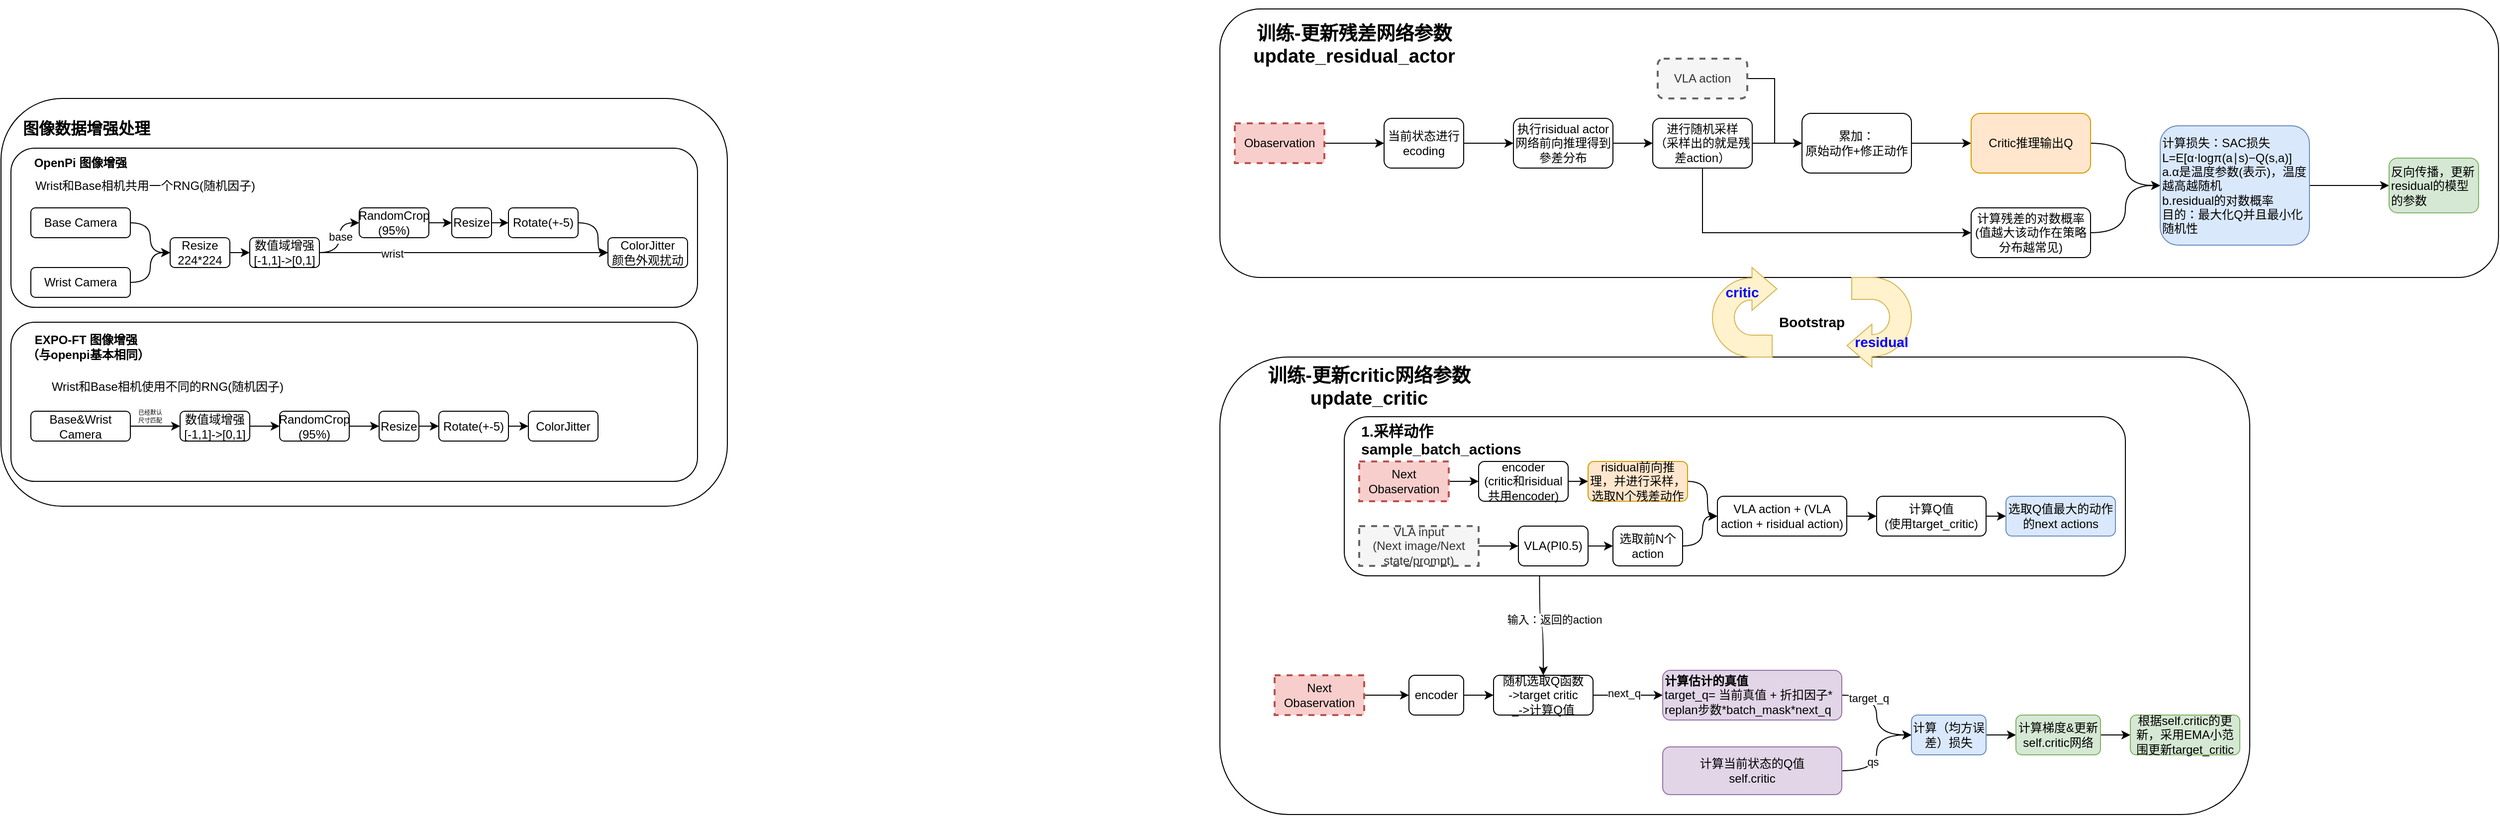
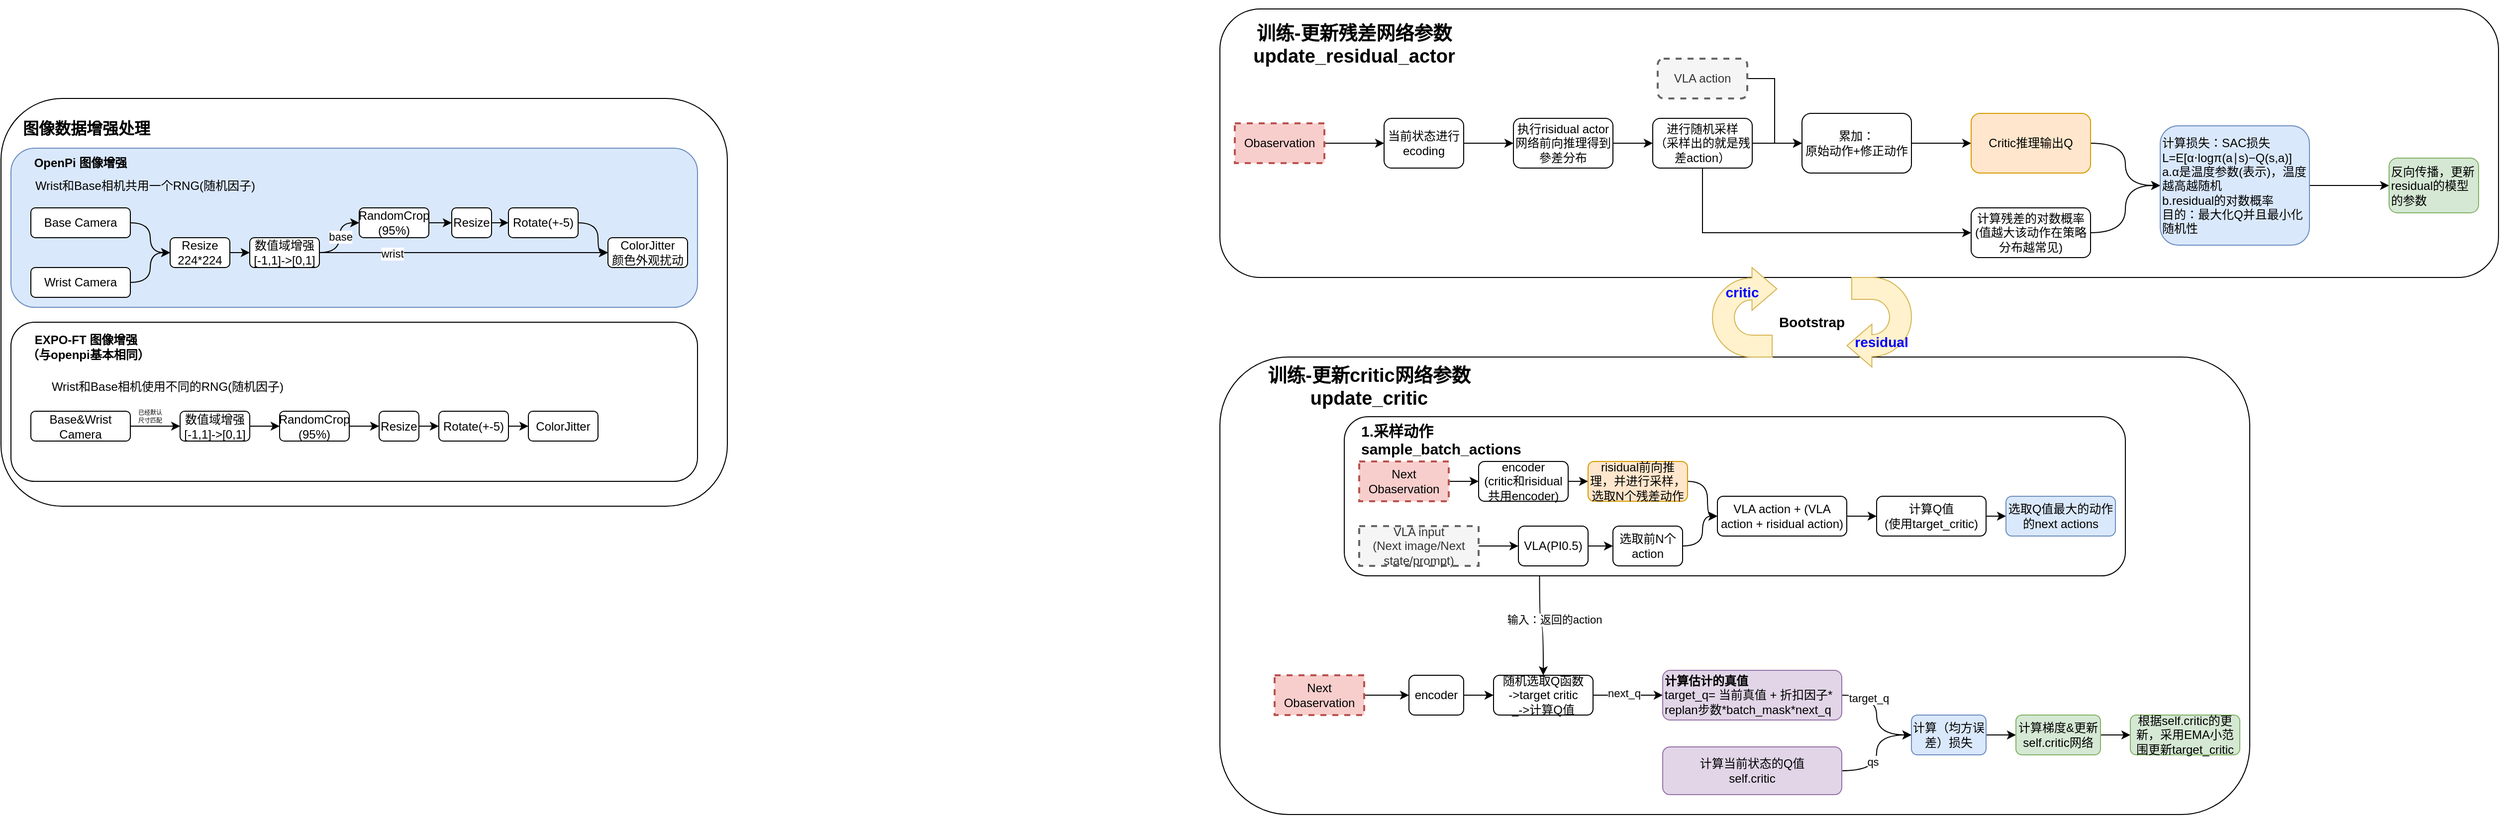
<mxfile host="app.diagrams.net">
  <diagram name="第 1 页" id="Xl2nalXjscSPXPMrPieM">
-     <mxGraphModel dx="2474" dy="2330" grid="1" gridSize="10" guides="1" tooltips="1" connect="1" arrows="1" fold="1" page="1" pageScale="1" pageWidth="827" pageHeight="1169" math="0" shadow="0">
+     <mxGraphModel dx="2258" dy="1717" grid="1" gridSize="10" guides="1" tooltips="1" connect="1" arrows="1" fold="1" page="1" pageScale="1" pageWidth="827" pageHeight="1169" math="0" shadow="0">
      <root>
        <mxCell id="0" />
        <mxCell id="1" parent="0" />
        <mxCell id="5m5IZYSdE89hOnIhnB_D-129" parent="1" style="rounded=1;whiteSpace=wrap;html=1;" value="" vertex="1">
          <mxGeometry height="410" width="730" x="-1280" y="280" as="geometry" />
        </mxCell>
-         <mxCell id="5m5IZYSdE89hOnIhnB_D-126" parent="1" style="rounded=1;whiteSpace=wrap;html=1;fillColor=none;" value="" vertex="1">
+         <mxCell id="5m5IZYSdE89hOnIhnB_D-126" parent="1" style="rounded=1;whiteSpace=wrap;html=1;fillColor=#dae8fc;strokeColor=#6c8ebf;" value="" vertex="1">
          <mxGeometry height="160" width="690" x="-1270" y="330" as="geometry" />
        </mxCell>
        <mxCell id="5m5IZYSdE89hOnIhnB_D-75" parent="1" style="rounded=1;whiteSpace=wrap;html=1;" value="" vertex="1">
          <mxGeometry height="460" width="1035" x="-55" y="540" as="geometry" />
        </mxCell>
        <mxCell id="5m5IZYSdE89hOnIhnB_D-59" edge="1" parent="1" source="5m5IZYSdE89hOnIhnB_D-50" style="edgeStyle=orthogonalEdgeStyle;curved=1;rounded=0;orthogonalLoop=1;jettySize=auto;html=1;exitX=0.25;exitY=1;exitDx=0;exitDy=0;entryX=0.5;entryY=0;entryDx=0;entryDy=0;" target="5m5IZYSdE89hOnIhnB_D-56">
          <mxGeometry relative="1" as="geometry" />
        </mxCell>
        <mxCell id="5m5IZYSdE89hOnIhnB_D-60" connectable="0" parent="5m5IZYSdE89hOnIhnB_D-59" style="edgeLabel;html=1;align=center;verticalAlign=middle;resizable=0;points=[];" value="输入：返回的action" vertex="1">
          <mxGeometry relative="1" x="-0.1644" y="4" as="geometry">
            <mxPoint x="10" as="offset" />
          </mxGeometry>
        </mxCell>
        <mxCell id="5m5IZYSdE89hOnIhnB_D-22" parent="1" style="rounded=1;whiteSpace=wrap;html=1;" value="" vertex="1">
          <mxGeometry height="270" width="1285" x="-55" y="190" as="geometry" />
        </mxCell>
        <mxCell id="5m5IZYSdE89hOnIhnB_D-3" edge="1" parent="1" source="5m5IZYSdE89hOnIhnB_D-1" style="edgeStyle=orthogonalEdgeStyle;rounded=0;orthogonalLoop=1;jettySize=auto;html=1;" target="5m5IZYSdE89hOnIhnB_D-2" value="">
          <mxGeometry relative="1" as="geometry" />
        </mxCell>
        <mxCell id="5m5IZYSdE89hOnIhnB_D-1" parent="1" style="rounded=1;whiteSpace=wrap;html=1;" value="当前状态进行ecoding" vertex="1">
          <mxGeometry height="50" width="80" x="110" y="300" as="geometry" />
        </mxCell>
        <mxCell id="5m5IZYSdE89hOnIhnB_D-5" edge="1" parent="1" source="5m5IZYSdE89hOnIhnB_D-2" style="edgeStyle=orthogonalEdgeStyle;rounded=0;orthogonalLoop=1;jettySize=auto;html=1;" target="5m5IZYSdE89hOnIhnB_D-4" value="">
          <mxGeometry relative="1" as="geometry" />
        </mxCell>
        <mxCell id="5m5IZYSdE89hOnIhnB_D-2" parent="1" style="rounded=1;whiteSpace=wrap;html=1;" value="执行risidual actor网络前向推理得到參差分布" vertex="1">
          <mxGeometry height="50" width="100" x="240" y="300" as="geometry" />
        </mxCell>
        <mxCell id="5m5IZYSdE89hOnIhnB_D-7" edge="1" parent="1" source="5m5IZYSdE89hOnIhnB_D-4" style="edgeStyle=orthogonalEdgeStyle;rounded=0;orthogonalLoop=1;jettySize=auto;html=1;exitX=0.5;exitY=1;exitDx=0;exitDy=0;entryX=0;entryY=0.5;entryDx=0;entryDy=0;" target="5m5IZYSdE89hOnIhnB_D-6" value="">
          <mxGeometry relative="1" as="geometry" />
        </mxCell>
        <mxCell id="5m5IZYSdE89hOnIhnB_D-14" edge="1" parent="1" source="5m5IZYSdE89hOnIhnB_D-4" style="edgeStyle=orthogonalEdgeStyle;rounded=0;orthogonalLoop=1;jettySize=auto;html=1;exitX=1;exitY=0.5;exitDx=0;exitDy=0;entryX=0;entryY=0.5;entryDx=0;entryDy=0;" target="5m5IZYSdE89hOnIhnB_D-12">
          <mxGeometry relative="1" as="geometry" />
        </mxCell>
        <mxCell id="5m5IZYSdE89hOnIhnB_D-4" parent="1" style="rounded=1;whiteSpace=wrap;html=1;" value="进行随机采样&lt;br&gt;（采样出的就是残差action）" vertex="1">
          <mxGeometry height="50" width="100" x="380" y="300" as="geometry" />
        </mxCell>
        <mxCell id="5m5IZYSdE89hOnIhnB_D-19" edge="1" parent="1" source="5m5IZYSdE89hOnIhnB_D-6" style="edgeStyle=orthogonalEdgeStyle;rounded=0;orthogonalLoop=1;jettySize=auto;html=1;exitX=1;exitY=0.5;exitDx=0;exitDy=0;entryX=0;entryY=0.5;entryDx=0;entryDy=0;curved=1;" target="5m5IZYSdE89hOnIhnB_D-17">
          <mxGeometry relative="1" as="geometry" />
        </mxCell>
        <mxCell id="5m5IZYSdE89hOnIhnB_D-6" parent="1" style="rounded=1;whiteSpace=wrap;html=1;" value="计算残差的对数概率&lt;br&gt;(值越大该动作在策略分布越常见)" vertex="1">
          <mxGeometry height="50" width="120" x="700" y="390" as="geometry" />
        </mxCell>
        <mxCell id="5m5IZYSdE89hOnIhnB_D-9" edge="1" parent="1" source="5m5IZYSdE89hOnIhnB_D-8" style="edgeStyle=orthogonalEdgeStyle;rounded=0;orthogonalLoop=1;jettySize=auto;html=1;exitX=1;exitY=0.5;exitDx=0;exitDy=0;entryX=0;entryY=0.5;entryDx=0;entryDy=0;" target="5m5IZYSdE89hOnIhnB_D-1">
          <mxGeometry relative="1" as="geometry" />
        </mxCell>
        <mxCell id="5m5IZYSdE89hOnIhnB_D-8" parent="1" style="rounded=0;whiteSpace=wrap;html=1;fillColor=#f8cecc;strokeColor=#b85450;dashed=1;strokeWidth=2;" value="Obaservation" vertex="1">
          <mxGeometry height="40" width="90" x="-40" y="305" as="geometry" />
        </mxCell>
        <mxCell id="5m5IZYSdE89hOnIhnB_D-13" edge="1" parent="1" source="5m5IZYSdE89hOnIhnB_D-10" style="edgeStyle=orthogonalEdgeStyle;rounded=0;orthogonalLoop=1;jettySize=auto;html=1;exitX=1;exitY=0.5;exitDx=0;exitDy=0;entryX=0;entryY=0.5;entryDx=0;entryDy=0;" target="5m5IZYSdE89hOnIhnB_D-12">
          <mxGeometry relative="1" as="geometry" />
        </mxCell>
        <mxCell id="5m5IZYSdE89hOnIhnB_D-10" parent="1" style="rounded=1;whiteSpace=wrap;html=1;fillColor=#f5f5f5;fontColor=#333333;strokeColor=#666666;dashed=1;strokeWidth=2;" value="VLA action" vertex="1">
          <mxGeometry height="40" width="90" x="385" y="240" as="geometry" />
        </mxCell>
        <mxCell id="5m5IZYSdE89hOnIhnB_D-16" edge="1" parent="1" source="5m5IZYSdE89hOnIhnB_D-12" style="edgeStyle=orthogonalEdgeStyle;rounded=0;orthogonalLoop=1;jettySize=auto;html=1;exitX=1;exitY=0.5;exitDx=0;exitDy=0;entryX=0;entryY=0.5;entryDx=0;entryDy=0;" target="5m5IZYSdE89hOnIhnB_D-15">
          <mxGeometry relative="1" as="geometry" />
        </mxCell>
        <mxCell id="5m5IZYSdE89hOnIhnB_D-12" parent="1" style="rounded=1;whiteSpace=wrap;html=1;" value="累加：&lt;br&gt;原始动作+修正动作" vertex="1">
          <mxGeometry height="60" width="110" x="530" y="295" as="geometry" />
        </mxCell>
        <mxCell id="5m5IZYSdE89hOnIhnB_D-18" edge="1" parent="1" source="5m5IZYSdE89hOnIhnB_D-15" style="edgeStyle=orthogonalEdgeStyle;rounded=0;orthogonalLoop=1;jettySize=auto;html=1;exitX=1;exitY=0.5;exitDx=0;exitDy=0;entryX=0;entryY=0.5;entryDx=0;entryDy=0;curved=1;" target="5m5IZYSdE89hOnIhnB_D-17">
          <mxGeometry relative="1" as="geometry" />
        </mxCell>
        <mxCell id="5m5IZYSdE89hOnIhnB_D-15" parent="1" style="rounded=1;whiteSpace=wrap;html=1;fillColor=#ffe6cc;strokeColor=#d79b00;" value="Critic推理输出Q" vertex="1">
          <mxGeometry height="60" width="120" x="700" y="295" as="geometry" />
        </mxCell>
        <mxCell id="5m5IZYSdE89hOnIhnB_D-21" edge="1" parent="1" source="5m5IZYSdE89hOnIhnB_D-17" style="edgeStyle=orthogonalEdgeStyle;curved=1;rounded=0;orthogonalLoop=1;jettySize=auto;html=1;" target="5m5IZYSdE89hOnIhnB_D-20" value="">
          <mxGeometry relative="1" as="geometry" />
        </mxCell>
        <mxCell id="5m5IZYSdE89hOnIhnB_D-17" parent="1" style="rounded=1;whiteSpace=wrap;html=1;align=left;fillColor=#dae8fc;strokeColor=#6c8ebf;" value="计算损失：SAC损失&lt;br&gt;L=E[α⋅logπ(a∣s)−Q(s,a)]&lt;div&gt;a.α是温度参数(表示)，温度越高越随机&lt;br&gt;b.residual的对数概率&lt;br&gt;目的：最大化Q并且最小化随机性&lt;/div&gt;" vertex="1">
          <mxGeometry height="120" width="150" x="890" y="307.5" as="geometry" />
        </mxCell>
        <mxCell id="5m5IZYSdE89hOnIhnB_D-20" parent="1" style="rounded=1;whiteSpace=wrap;html=1;align=left;fillColor=#d5e8d4;strokeColor=#82b366;" value="反向传播，更新residual的模型的参数" vertex="1">
          <mxGeometry height="55" width="90" x="1120" y="340" as="geometry" />
        </mxCell>
        <mxCell id="5m5IZYSdE89hOnIhnB_D-23" parent="1" style="text;html=1;whiteSpace=wrap;strokeColor=none;fillColor=none;align=center;verticalAlign=middle;rounded=0;fontStyle=1;fontSize=19;" value="&lt;br&gt;训练-更新残差网络参数update_residual_actor" vertex="1">
          <mxGeometry height="30" width="220" x="-30" y="200" as="geometry" />
        </mxCell>
        <mxCell id="5m5IZYSdE89hOnIhnB_D-55" edge="1" parent="1" source="5m5IZYSdE89hOnIhnB_D-53" style="edgeStyle=orthogonalEdgeStyle;curved=1;rounded=0;orthogonalLoop=1;jettySize=auto;html=1;exitX=1;exitY=0.5;exitDx=0;exitDy=0;entryX=0;entryY=0.5;entryDx=0;entryDy=0;" target="5m5IZYSdE89hOnIhnB_D-54">
          <mxGeometry relative="1" as="geometry" />
        </mxCell>
        <mxCell id="5m5IZYSdE89hOnIhnB_D-53" parent="1" style="rounded=0;whiteSpace=wrap;html=1;fillColor=#f8cecc;strokeColor=#b85450;dashed=1;strokeWidth=2;" value="Next&lt;br&gt;Obaservation" vertex="1">
          <mxGeometry height="40" width="90" y="860" as="geometry" />
        </mxCell>
        <mxCell id="5m5IZYSdE89hOnIhnB_D-57" edge="1" parent="1" source="5m5IZYSdE89hOnIhnB_D-54" style="edgeStyle=orthogonalEdgeStyle;curved=1;rounded=0;orthogonalLoop=1;jettySize=auto;html=1;" target="5m5IZYSdE89hOnIhnB_D-56" value="">
          <mxGeometry relative="1" as="geometry" />
        </mxCell>
        <mxCell id="5m5IZYSdE89hOnIhnB_D-54" parent="1" style="rounded=1;whiteSpace=wrap;html=1;strokeWidth=1;" value="encoder" vertex="1">
          <mxGeometry height="40" width="55" x="135" y="860" as="geometry" />
        </mxCell>
        <mxCell id="5m5IZYSdE89hOnIhnB_D-64" edge="1" parent="1" source="5m5IZYSdE89hOnIhnB_D-56" style="edgeStyle=orthogonalEdgeStyle;curved=1;rounded=0;orthogonalLoop=1;jettySize=auto;html=1;" target="5m5IZYSdE89hOnIhnB_D-63" value="">
          <mxGeometry relative="1" as="geometry" />
        </mxCell>
        <mxCell id="5m5IZYSdE89hOnIhnB_D-65" connectable="0" parent="5m5IZYSdE89hOnIhnB_D-64" style="edgeLabel;html=1;align=center;verticalAlign=middle;resizable=0;points=[];" value="next_q" vertex="1">
          <mxGeometry relative="1" x="-0.1202" y="2" as="geometry">
            <mxPoint as="offset" />
          </mxGeometry>
        </mxCell>
        <mxCell id="5m5IZYSdE89hOnIhnB_D-56" parent="1" style="rounded=1;whiteSpace=wrap;html=1;strokeWidth=1;" value="随机选取Q函数&lt;br&gt;-&amp;gt;target critic&lt;div&gt;_-&amp;gt;计算Q值&lt;/div&gt;" vertex="1">
          <mxGeometry height="40" width="100" x="220" y="860" as="geometry" />
        </mxCell>
        <mxCell id="5m5IZYSdE89hOnIhnB_D-67" edge="1" parent="1" source="5m5IZYSdE89hOnIhnB_D-63" style="edgeStyle=orthogonalEdgeStyle;curved=1;rounded=0;orthogonalLoop=1;jettySize=auto;html=1;" target="5m5IZYSdE89hOnIhnB_D-66" value="">
          <mxGeometry relative="1" as="geometry" />
        </mxCell>
        <mxCell id="5m5IZYSdE89hOnIhnB_D-70" connectable="0" parent="5m5IZYSdE89hOnIhnB_D-67" style="edgeLabel;html=1;align=center;verticalAlign=middle;resizable=0;points=[];" value="target_q" vertex="1">
          <mxGeometry relative="1" x="-0.5152" y="-3" as="geometry">
            <mxPoint as="offset" />
          </mxGeometry>
        </mxCell>
        <mxCell id="5m5IZYSdE89hOnIhnB_D-63" parent="1" style="rounded=1;whiteSpace=wrap;html=1;strokeWidth=1;align=left;fillColor=#e1d5e7;strokeColor=#9673a6;" value="&lt;b&gt;计算估计的真值&lt;/b&gt;&lt;br&gt;target_q= 当前真值 + 折扣因子* replan步数*batch_mask*next_q" vertex="1">
          <mxGeometry height="50" width="180" x="390" y="855" as="geometry" />
        </mxCell>
        <mxCell id="5m5IZYSdE89hOnIhnB_D-74" edge="1" parent="1" source="5m5IZYSdE89hOnIhnB_D-66" style="edgeStyle=orthogonalEdgeStyle;curved=1;rounded=0;orthogonalLoop=1;jettySize=auto;html=1;" target="5m5IZYSdE89hOnIhnB_D-73" value="">
          <mxGeometry relative="1" as="geometry" />
        </mxCell>
        <mxCell id="5m5IZYSdE89hOnIhnB_D-66" parent="1" style="whiteSpace=wrap;html=1;align=center;rounded=1;strokeWidth=1;fillColor=#dae8fc;strokeColor=#6c8ebf;" value="计算（均方误差）损失" vertex="1">
          <mxGeometry height="40" width="75" x="640" y="900" as="geometry" />
        </mxCell>
        <mxCell id="5m5IZYSdE89hOnIhnB_D-69" edge="1" parent="1" source="5m5IZYSdE89hOnIhnB_D-68" style="edgeStyle=orthogonalEdgeStyle;curved=1;rounded=0;orthogonalLoop=1;jettySize=auto;html=1;exitX=1;exitY=0.5;exitDx=0;exitDy=0;entryX=0;entryY=0.5;entryDx=0;entryDy=0;" target="5m5IZYSdE89hOnIhnB_D-66">
          <mxGeometry relative="1" as="geometry" />
        </mxCell>
        <mxCell id="5m5IZYSdE89hOnIhnB_D-72" connectable="0" parent="5m5IZYSdE89hOnIhnB_D-69" style="edgeLabel;html=1;align=center;verticalAlign=middle;resizable=0;points=[];" value="qs" vertex="1">
          <mxGeometry relative="1" x="-0.1592" y="4" as="geometry">
            <mxPoint as="offset" />
          </mxGeometry>
        </mxCell>
        <mxCell id="5m5IZYSdE89hOnIhnB_D-68" parent="1" style="rounded=1;whiteSpace=wrap;html=1;strokeWidth=1;fillColor=#e1d5e7;strokeColor=#9673a6;" value="计算当前状态的Q值&lt;br&gt;self.critic" vertex="1">
          <mxGeometry height="48" width="180" x="390" y="932" as="geometry" />
        </mxCell>
        <mxCell id="5m5IZYSdE89hOnIhnB_D-78" edge="1" parent="1" source="5m5IZYSdE89hOnIhnB_D-73" style="edgeStyle=orthogonalEdgeStyle;curved=1;rounded=0;orthogonalLoop=1;jettySize=auto;html=1;" target="5m5IZYSdE89hOnIhnB_D-77" value="">
          <mxGeometry relative="1" as="geometry" />
        </mxCell>
        <mxCell id="5m5IZYSdE89hOnIhnB_D-73" parent="1" style="whiteSpace=wrap;html=1;align=center;rounded=1;strokeWidth=1;fillColor=#d5e8d4;strokeColor=#82b366;" value="计算梯度&amp;amp;更新self.critic网络" vertex="1">
          <mxGeometry height="40" width="85" x="745" y="900" as="geometry" />
        </mxCell>
        <mxCell id="5m5IZYSdE89hOnIhnB_D-76" parent="1" style="text;html=1;whiteSpace=wrap;strokeColor=none;fillColor=none;align=center;verticalAlign=middle;rounded=0;fontStyle=1;fontSize=19;" value="训练-更新critic网络参数&lt;br&gt;update_critic" vertex="1">
          <mxGeometry height="40" width="220" x="-15" y="550" as="geometry" />
        </mxCell>
        <mxCell id="5m5IZYSdE89hOnIhnB_D-77" parent="1" style="whiteSpace=wrap;html=1;align=center;rounded=1;strokeWidth=1;fillColor=#d5e8d4;strokeColor=#82b366;" value="根据self.critic的更新，采用EMA小范围更新target_critic" vertex="1">
          <mxGeometry height="40" width="110" x="860" y="900" as="geometry" />
        </mxCell>
        <mxCell id="5m5IZYSdE89hOnIhnB_D-79" connectable="0" parent="1" style="group" value="" vertex="1">
          <mxGeometry height="160" width="785" x="70" y="600" as="geometry" />
        </mxCell>
        <mxCell id="5m5IZYSdE89hOnIhnB_D-50" parent="5m5IZYSdE89hOnIhnB_D-79" style="rounded=1;whiteSpace=wrap;html=1;" value="" vertex="1">
          <mxGeometry height="160" width="785" as="geometry" />
        </mxCell>
        <mxCell id="5m5IZYSdE89hOnIhnB_D-39" edge="1" parent="5m5IZYSdE89hOnIhnB_D-79" source="5m5IZYSdE89hOnIhnB_D-32" style="edgeStyle=orthogonalEdgeStyle;curved=1;rounded=0;orthogonalLoop=1;jettySize=auto;html=1;exitX=1;exitY=0.5;exitDx=0;exitDy=0;entryX=0;entryY=0.5;entryDx=0;entryDy=0;" target="5m5IZYSdE89hOnIhnB_D-38">
          <mxGeometry relative="1" as="geometry" />
        </mxCell>
        <mxCell id="5m5IZYSdE89hOnIhnB_D-32" parent="5m5IZYSdE89hOnIhnB_D-79" style="rounded=0;whiteSpace=wrap;html=1;fillColor=#f8cecc;strokeColor=#b85450;dashed=1;strokeWidth=2;" value="Next&lt;br&gt;Obaservation" vertex="1">
          <mxGeometry height="40" width="90" x="15" y="45" as="geometry" />
        </mxCell>
        <mxCell id="5m5IZYSdE89hOnIhnB_D-35" edge="1" parent="5m5IZYSdE89hOnIhnB_D-79" source="5m5IZYSdE89hOnIhnB_D-33" style="edgeStyle=orthogonalEdgeStyle;curved=1;rounded=0;orthogonalLoop=1;jettySize=auto;html=1;" target="5m5IZYSdE89hOnIhnB_D-34" value="">
          <mxGeometry relative="1" as="geometry" />
        </mxCell>
        <mxCell id="5m5IZYSdE89hOnIhnB_D-33" parent="5m5IZYSdE89hOnIhnB_D-79" style="rounded=0;whiteSpace=wrap;html=1;fillColor=#f5f5f5;fontColor=#333333;strokeColor=#666666;dashed=1;strokeWidth=2;" value="VLA input&lt;br&gt;(Next image/Next state/prompt)" vertex="1">
          <mxGeometry height="40" width="120" x="15" y="110" as="geometry" />
        </mxCell>
        <mxCell id="5m5IZYSdE89hOnIhnB_D-37" edge="1" parent="5m5IZYSdE89hOnIhnB_D-79" source="5m5IZYSdE89hOnIhnB_D-34" style="edgeStyle=orthogonalEdgeStyle;curved=1;rounded=0;orthogonalLoop=1;jettySize=auto;html=1;" target="5m5IZYSdE89hOnIhnB_D-36" value="">
          <mxGeometry relative="1" as="geometry" />
        </mxCell>
        <mxCell id="5m5IZYSdE89hOnIhnB_D-34" parent="5m5IZYSdE89hOnIhnB_D-79" style="rounded=1;whiteSpace=wrap;html=1;strokeWidth=1;" value="VLA(PI0.5)" vertex="1">
          <mxGeometry height="40" width="70" x="175" y="110" as="geometry" />
        </mxCell>
        <mxCell id="5m5IZYSdE89hOnIhnB_D-44" edge="1" parent="5m5IZYSdE89hOnIhnB_D-79" source="5m5IZYSdE89hOnIhnB_D-36" style="edgeStyle=orthogonalEdgeStyle;curved=1;rounded=0;orthogonalLoop=1;jettySize=auto;html=1;exitX=1;exitY=0.5;exitDx=0;exitDy=0;entryX=0;entryY=0.5;entryDx=0;entryDy=0;" target="5m5IZYSdE89hOnIhnB_D-43">
          <mxGeometry relative="1" as="geometry" />
        </mxCell>
        <mxCell id="5m5IZYSdE89hOnIhnB_D-36" parent="5m5IZYSdE89hOnIhnB_D-79" style="rounded=1;whiteSpace=wrap;html=1;strokeWidth=1;" value="选取前N个action" vertex="1">
          <mxGeometry height="40" width="70" x="270" y="110" as="geometry" />
        </mxCell>
        <mxCell id="5m5IZYSdE89hOnIhnB_D-41" edge="1" parent="5m5IZYSdE89hOnIhnB_D-79" source="5m5IZYSdE89hOnIhnB_D-38" style="edgeStyle=orthogonalEdgeStyle;curved=1;rounded=0;orthogonalLoop=1;jettySize=auto;html=1;" target="5m5IZYSdE89hOnIhnB_D-40" value="">
          <mxGeometry relative="1" as="geometry" />
        </mxCell>
        <mxCell id="5m5IZYSdE89hOnIhnB_D-38" parent="5m5IZYSdE89hOnIhnB_D-79" style="rounded=1;whiteSpace=wrap;html=1;strokeWidth=1;" value="encoder&lt;div&gt;(critic和risidual共用encoder)&lt;/div&gt;" vertex="1">
          <mxGeometry height="40" width="90" x="135" y="45" as="geometry" />
        </mxCell>
        <mxCell id="5m5IZYSdE89hOnIhnB_D-45" edge="1" parent="5m5IZYSdE89hOnIhnB_D-79" source="5m5IZYSdE89hOnIhnB_D-40" style="edgeStyle=orthogonalEdgeStyle;curved=1;rounded=0;orthogonalLoop=1;jettySize=auto;html=1;exitX=1;exitY=0.5;exitDx=0;exitDy=0;entryX=0;entryY=0.5;entryDx=0;entryDy=0;" target="5m5IZYSdE89hOnIhnB_D-43">
          <mxGeometry relative="1" as="geometry" />
        </mxCell>
        <mxCell id="5m5IZYSdE89hOnIhnB_D-40" parent="5m5IZYSdE89hOnIhnB_D-79" style="rounded=1;whiteSpace=wrap;html=1;strokeWidth=1;fillColor=#ffe6cc;strokeColor=#d79b00;" value="risidual前向推理，并进行采样，选取N个残差动作" vertex="1">
          <mxGeometry height="40" width="100" x="245" y="45" as="geometry" />
        </mxCell>
        <mxCell id="5m5IZYSdE89hOnIhnB_D-47" edge="1" parent="5m5IZYSdE89hOnIhnB_D-79" source="5m5IZYSdE89hOnIhnB_D-43" style="edgeStyle=orthogonalEdgeStyle;curved=1;rounded=0;orthogonalLoop=1;jettySize=auto;html=1;exitX=1;exitY=0.5;exitDx=0;exitDy=0;entryX=0;entryY=0.5;entryDx=0;entryDy=0;" target="5m5IZYSdE89hOnIhnB_D-46">
          <mxGeometry relative="1" as="geometry" />
        </mxCell>
        <mxCell id="5m5IZYSdE89hOnIhnB_D-43" parent="5m5IZYSdE89hOnIhnB_D-79" style="rounded=1;whiteSpace=wrap;html=1;strokeWidth=1;" value="VLA action + (VLA action + risidual action)" vertex="1">
          <mxGeometry height="40" width="130" x="375" y="80" as="geometry" />
        </mxCell>
        <mxCell id="5m5IZYSdE89hOnIhnB_D-49" edge="1" parent="5m5IZYSdE89hOnIhnB_D-79" source="5m5IZYSdE89hOnIhnB_D-46" style="edgeStyle=orthogonalEdgeStyle;curved=1;rounded=0;orthogonalLoop=1;jettySize=auto;html=1;" target="5m5IZYSdE89hOnIhnB_D-48" value="">
          <mxGeometry relative="1" as="geometry" />
        </mxCell>
        <mxCell id="5m5IZYSdE89hOnIhnB_D-46" parent="5m5IZYSdE89hOnIhnB_D-79" style="rounded=1;whiteSpace=wrap;html=1;strokeWidth=1;" value="计算Q值&lt;br&gt;(使用target_critic)" vertex="1">
          <mxGeometry height="40" width="110" x="535" y="80" as="geometry" />
        </mxCell>
        <mxCell id="5m5IZYSdE89hOnIhnB_D-48" parent="5m5IZYSdE89hOnIhnB_D-79" style="rounded=1;whiteSpace=wrap;html=1;strokeWidth=1;fillColor=#dae8fc;strokeColor=#6c8ebf;" value="选取Q值最大的动作&lt;br&gt;的next actions" vertex="1">
          <mxGeometry height="40" width="110" x="665" y="80" as="geometry" />
        </mxCell>
        <mxCell id="5m5IZYSdE89hOnIhnB_D-51" parent="5m5IZYSdE89hOnIhnB_D-79" style="text;html=1;whiteSpace=wrap;strokeColor=none;fillColor=none;align=left;verticalAlign=middle;rounded=0;fontStyle=1;fontSize=15;" value="1.采样动作&lt;br&gt;sample_batch_actions" vertex="1">
          <mxGeometry height="30" width="220" x="15" y="8" as="geometry" />
        </mxCell>
        <mxCell id="5m5IZYSdE89hOnIhnB_D-82" parent="1" style="html=1;shadow=0;dashed=0;align=center;verticalAlign=middle;shape=mxgraph.arrows2.uTurnArrow;dy=11;arrowHead=43;dx2=25;fillColor=#fff2cc;strokeColor=#d6b656;" value="" vertex="1">
          <mxGeometry height="90" width="60" x="440" y="450" as="geometry" />
        </mxCell>
        <mxCell id="5m5IZYSdE89hOnIhnB_D-83" parent="1" style="html=1;shadow=0;dashed=0;align=center;verticalAlign=middle;shape=mxgraph.arrows2.uTurnArrow;dy=11;arrowHead=43;dx2=25;rotation=-180;fillColor=#fff2cc;strokeColor=#d6b656;" value="&amp;nbsp; " vertex="1">
          <mxGeometry height="90" width="60" x="580" y="460" as="geometry" />
        </mxCell>
        <mxCell id="5m5IZYSdE89hOnIhnB_D-84" parent="1" style="text;html=1;whiteSpace=wrap;strokeColor=none;fillColor=none;align=center;verticalAlign=middle;rounded=0;fontStyle=1;fontSize=14;" value="Bootstrap" vertex="1">
          <mxGeometry height="30" width="60" x="510" y="490" as="geometry" />
        </mxCell>
        <mxCell id="5m5IZYSdE89hOnIhnB_D-85" parent="1" style="text;html=1;whiteSpace=wrap;strokeColor=none;fillColor=none;align=center;verticalAlign=middle;rounded=0;fontStyle=1;fontColor=#0000FF;fontSize=14;" value="critic" vertex="1">
          <mxGeometry height="30" width="60" x="440" y="460" as="geometry" />
        </mxCell>
        <mxCell id="5m5IZYSdE89hOnIhnB_D-86" parent="1" style="text;html=1;whiteSpace=wrap;strokeColor=none;fillColor=none;align=center;verticalAlign=middle;rounded=0;fontStyle=1;fontColor=#0000FF;fontSize=14;" value="residual" vertex="1">
          <mxGeometry height="30" width="60" x="580" y="510" as="geometry" />
        </mxCell>
        <mxCell id="5m5IZYSdE89hOnIhnB_D-99" edge="1" parent="1" source="5m5IZYSdE89hOnIhnB_D-87" style="edgeStyle=orthogonalEdgeStyle;curved=1;rounded=0;orthogonalLoop=1;jettySize=auto;html=1;exitX=1;exitY=0.5;exitDx=0;exitDy=0;entryX=0;entryY=0.5;entryDx=0;entryDy=0;" target="5m5IZYSdE89hOnIhnB_D-89">
          <mxGeometry relative="1" as="geometry" />
        </mxCell>
        <mxCell id="5m5IZYSdE89hOnIhnB_D-87" parent="1" style="rounded=1;whiteSpace=wrap;html=1;" value="Base Camera" vertex="1">
          <mxGeometry height="30" width="100" x="-1250" y="390" as="geometry" />
        </mxCell>
        <mxCell id="5m5IZYSdE89hOnIhnB_D-98" edge="1" parent="1" source="5m5IZYSdE89hOnIhnB_D-88" style="edgeStyle=orthogonalEdgeStyle;curved=1;rounded=0;orthogonalLoop=1;jettySize=auto;html=1;exitX=1;exitY=0.5;exitDx=0;exitDy=0;entryX=0;entryY=0.5;entryDx=0;entryDy=0;" target="5m5IZYSdE89hOnIhnB_D-89">
          <mxGeometry relative="1" as="geometry" />
        </mxCell>
        <mxCell id="5m5IZYSdE89hOnIhnB_D-88" parent="1" style="rounded=1;whiteSpace=wrap;html=1;" value="Wrist Camera" vertex="1">
          <mxGeometry height="30" width="100" x="-1250" y="450" as="geometry" />
        </mxCell>
        <mxCell id="5m5IZYSdE89hOnIhnB_D-108" edge="1" parent="1" source="5m5IZYSdE89hOnIhnB_D-89" style="edgeStyle=orthogonalEdgeStyle;curved=1;rounded=0;orthogonalLoop=1;jettySize=auto;html=1;" target="5m5IZYSdE89hOnIhnB_D-107" value="">
          <mxGeometry relative="1" as="geometry" />
        </mxCell>
        <mxCell id="5m5IZYSdE89hOnIhnB_D-89" parent="1" style="rounded=1;whiteSpace=wrap;html=1;" value="Resize&lt;div&gt;224*224&lt;/div&gt;" vertex="1">
          <mxGeometry height="30" width="60" x="-1110" y="420" as="geometry" />
        </mxCell>
        <mxCell id="5m5IZYSdE89hOnIhnB_D-92" edge="1" parent="1" source="5m5IZYSdE89hOnIhnB_D-90" style="edgeStyle=orthogonalEdgeStyle;curved=1;rounded=0;orthogonalLoop=1;jettySize=auto;html=1;" target="5m5IZYSdE89hOnIhnB_D-91" value="">
          <mxGeometry relative="1" as="geometry" />
        </mxCell>
        <mxCell id="5m5IZYSdE89hOnIhnB_D-90" parent="1" style="rounded=1;whiteSpace=wrap;html=1;" value="RandomCrop&lt;br&gt;(95%)" vertex="1">
          <mxGeometry height="30" width="70" x="-920" y="390" as="geometry" />
        </mxCell>
        <mxCell id="5m5IZYSdE89hOnIhnB_D-94" edge="1" parent="1" source="5m5IZYSdE89hOnIhnB_D-91" style="edgeStyle=orthogonalEdgeStyle;curved=1;rounded=0;orthogonalLoop=1;jettySize=auto;html=1;" target="5m5IZYSdE89hOnIhnB_D-93" value="">
          <mxGeometry relative="1" as="geometry" />
        </mxCell>
        <mxCell id="5m5IZYSdE89hOnIhnB_D-91" parent="1" style="rounded=1;whiteSpace=wrap;html=1;" value="Resize" vertex="1">
          <mxGeometry height="30" width="40" x="-827" y="390" as="geometry" />
        </mxCell>
        <mxCell id="5m5IZYSdE89hOnIhnB_D-96" edge="1" parent="1" source="5m5IZYSdE89hOnIhnB_D-93" style="edgeStyle=orthogonalEdgeStyle;curved=1;rounded=0;orthogonalLoop=1;jettySize=auto;html=1;" target="5m5IZYSdE89hOnIhnB_D-95" value="">
          <mxGeometry relative="1" as="geometry" />
        </mxCell>
        <mxCell id="5m5IZYSdE89hOnIhnB_D-93" parent="1" style="rounded=1;whiteSpace=wrap;html=1;" value="Rotate(+-5)" vertex="1">
          <mxGeometry height="30" width="70" x="-770" y="390" as="geometry" />
        </mxCell>
        <mxCell id="5m5IZYSdE89hOnIhnB_D-95" parent="1" style="rounded=1;whiteSpace=wrap;html=1;" value="ColorJitter&lt;br&gt;颜色外观扰动" vertex="1">
          <mxGeometry height="30" width="80" x="-670" y="420" as="geometry" />
        </mxCell>
        <mxCell id="5m5IZYSdE89hOnIhnB_D-103" parent="1" style="text;html=1;whiteSpace=wrap;strokeColor=none;fillColor=none;align=center;verticalAlign=middle;rounded=0;" value="Wrist和Base相机共用一个RNG(随机因子)" vertex="1">
          <mxGeometry height="20" width="230" x="-1250" y="357.5" as="geometry" />
        </mxCell>
        <mxCell id="5m5IZYSdE89hOnIhnB_D-105" parent="1" style="text;html=1;whiteSpace=wrap;strokeColor=none;fillColor=none;align=center;verticalAlign=middle;rounded=0;fontStyle=1" value="OpenPi 图像增强" vertex="1">
          <mxGeometry height="20" width="110" x="-1255" y="335" as="geometry" />
        </mxCell>
        <mxCell id="5m5IZYSdE89hOnIhnB_D-106" parent="1" style="text;html=1;whiteSpace=wrap;strokeColor=none;fillColor=none;align=center;verticalAlign=middle;rounded=0;fontStyle=1" value="EXPO-FT 图像增强&lt;br&gt;（与openpi基本相同）" vertex="1">
          <mxGeometry height="20" width="121" x="-1255" y="520" as="geometry" />
        </mxCell>
        <mxCell id="5m5IZYSdE89hOnIhnB_D-109" edge="1" parent="1" source="5m5IZYSdE89hOnIhnB_D-107" style="edgeStyle=orthogonalEdgeStyle;curved=1;rounded=0;orthogonalLoop=1;jettySize=auto;html=1;exitX=1;exitY=0.5;exitDx=0;exitDy=0;entryX=0;entryY=0.5;entryDx=0;entryDy=0;" target="5m5IZYSdE89hOnIhnB_D-90">
          <mxGeometry relative="1" as="geometry" />
        </mxCell>
        <mxCell id="5m5IZYSdE89hOnIhnB_D-110" connectable="0" parent="5m5IZYSdE89hOnIhnB_D-109" style="edgeLabel;html=1;align=center;verticalAlign=middle;resizable=0;points=[];" value="base" vertex="1">
          <mxGeometry relative="1" x="0.0335" y="-1" as="geometry">
            <mxPoint as="offset" />
          </mxGeometry>
        </mxCell>
        <mxCell id="5m5IZYSdE89hOnIhnB_D-111" edge="1" parent="1" source="5m5IZYSdE89hOnIhnB_D-107" style="edgeStyle=orthogonalEdgeStyle;curved=1;rounded=0;orthogonalLoop=1;jettySize=auto;html=1;exitX=1;exitY=0.5;exitDx=0;exitDy=0;" target="5m5IZYSdE89hOnIhnB_D-95">
          <mxGeometry relative="1" as="geometry" />
        </mxCell>
        <mxCell id="5m5IZYSdE89hOnIhnB_D-112" connectable="0" parent="5m5IZYSdE89hOnIhnB_D-111" style="edgeLabel;html=1;align=center;verticalAlign=middle;resizable=0;points=[];" value="wrist" vertex="1">
          <mxGeometry relative="1" x="-0.4996" y="-1" as="geometry">
            <mxPoint as="offset" />
          </mxGeometry>
        </mxCell>
        <mxCell id="5m5IZYSdE89hOnIhnB_D-107" parent="1" style="rounded=1;whiteSpace=wrap;html=1;" value="数值域增强&lt;br&gt;[-1,1]-&amp;gt;[0,1]" vertex="1">
          <mxGeometry height="30" width="70" x="-1030" y="420" as="geometry" />
        </mxCell>
        <mxCell id="5m5IZYSdE89hOnIhnB_D-118" edge="1" parent="1" source="5m5IZYSdE89hOnIhnB_D-113" style="edgeStyle=orthogonalEdgeStyle;curved=1;rounded=0;orthogonalLoop=1;jettySize=auto;html=1;exitX=1;exitY=0.5;exitDx=0;exitDy=0;entryX=0;entryY=0.5;entryDx=0;entryDy=0;" target="5m5IZYSdE89hOnIhnB_D-114">
          <mxGeometry relative="1" as="geometry" />
        </mxCell>
        <mxCell id="5m5IZYSdE89hOnIhnB_D-113" parent="1" style="rounded=1;whiteSpace=wrap;html=1;" value="数值域增强&lt;br&gt;[-1,1]-&amp;gt;[0,1]" vertex="1">
          <mxGeometry height="30" width="70" x="-1100" y="594.5" as="geometry" />
        </mxCell>
        <mxCell id="5m5IZYSdE89hOnIhnB_D-119" edge="1" parent="1" source="5m5IZYSdE89hOnIhnB_D-114" style="edgeStyle=orthogonalEdgeStyle;curved=1;rounded=0;orthogonalLoop=1;jettySize=auto;html=1;exitX=1;exitY=0.5;exitDx=0;exitDy=0;entryX=0;entryY=0.5;entryDx=0;entryDy=0;" target="5m5IZYSdE89hOnIhnB_D-115">
          <mxGeometry relative="1" as="geometry" />
        </mxCell>
        <mxCell id="5m5IZYSdE89hOnIhnB_D-114" parent="1" style="rounded=1;whiteSpace=wrap;html=1;" value="RandomCrop&lt;br&gt;(95%)" vertex="1">
          <mxGeometry height="30" width="70" x="-1000" y="594.5" as="geometry" />
        </mxCell>
        <mxCell id="5m5IZYSdE89hOnIhnB_D-120" edge="1" parent="1" source="5m5IZYSdE89hOnIhnB_D-115" style="edgeStyle=orthogonalEdgeStyle;curved=1;rounded=0;orthogonalLoop=1;jettySize=auto;html=1;exitX=1;exitY=0.5;exitDx=0;exitDy=0;entryX=0;entryY=0.5;entryDx=0;entryDy=0;" target="5m5IZYSdE89hOnIhnB_D-116">
          <mxGeometry relative="1" as="geometry" />
        </mxCell>
        <mxCell id="5m5IZYSdE89hOnIhnB_D-115" parent="1" style="rounded=1;whiteSpace=wrap;html=1;" value="Resize" vertex="1">
          <mxGeometry height="30" width="40" x="-900" y="594.5" as="geometry" />
        </mxCell>
        <mxCell id="5m5IZYSdE89hOnIhnB_D-121" edge="1" parent="1" source="5m5IZYSdE89hOnIhnB_D-116" style="edgeStyle=orthogonalEdgeStyle;curved=1;rounded=0;orthogonalLoop=1;jettySize=auto;html=1;exitX=1;exitY=0.5;exitDx=0;exitDy=0;entryX=0;entryY=0.5;entryDx=0;entryDy=0;" target="5m5IZYSdE89hOnIhnB_D-117">
          <mxGeometry relative="1" as="geometry" />
        </mxCell>
        <mxCell id="5m5IZYSdE89hOnIhnB_D-116" parent="1" style="rounded=1;whiteSpace=wrap;html=1;" value="Rotate(+-5)" vertex="1">
          <mxGeometry height="30" width="70" x="-840" y="594.5" as="geometry" />
        </mxCell>
        <mxCell id="5m5IZYSdE89hOnIhnB_D-117" parent="1" style="rounded=1;whiteSpace=wrap;html=1;" value="ColorJitter" vertex="1">
          <mxGeometry height="30" width="70" x="-750" y="594.5" as="geometry" />
        </mxCell>
        <mxCell id="5m5IZYSdE89hOnIhnB_D-123" edge="1" parent="1" source="5m5IZYSdE89hOnIhnB_D-122" style="edgeStyle=orthogonalEdgeStyle;curved=1;rounded=0;orthogonalLoop=1;jettySize=auto;html=1;exitX=1;exitY=0.5;exitDx=0;exitDy=0;entryX=0;entryY=0.5;entryDx=0;entryDy=0;" target="5m5IZYSdE89hOnIhnB_D-113">
          <mxGeometry relative="1" as="geometry" />
        </mxCell>
        <mxCell id="5m5IZYSdE89hOnIhnB_D-122" parent="1" style="rounded=1;whiteSpace=wrap;html=1;" value="Base&amp;amp;Wrist Camera" vertex="1">
          <mxGeometry height="30" width="100" x="-1250" y="594.5" as="geometry" />
        </mxCell>
        <mxCell id="5m5IZYSdE89hOnIhnB_D-124" parent="1" style="text;html=1;whiteSpace=wrap;strokeColor=none;fillColor=none;align=center;verticalAlign=middle;rounded=0;fontSize=6;" value="已经默认&lt;br&gt;尺寸匹配" vertex="1">
          <mxGeometry height="30" width="60" x="-1160" y="584.5" as="geometry" />
        </mxCell>
        <mxCell id="5m5IZYSdE89hOnIhnB_D-125" parent="1" style="text;html=1;whiteSpace=wrap;strokeColor=none;fillColor=none;align=center;verticalAlign=middle;rounded=0;" value="Wrist和Base相机使用不同的RNG(随机因子)" vertex="1">
          <mxGeometry height="20" width="265" x="-1245" y="560" as="geometry" />
        </mxCell>
        <mxCell id="5m5IZYSdE89hOnIhnB_D-127" parent="1" style="rounded=1;whiteSpace=wrap;html=1;fillColor=none;" value="" vertex="1">
          <mxGeometry height="160" width="690" x="-1270" y="505" as="geometry" />
        </mxCell>
        <mxCell id="5m5IZYSdE89hOnIhnB_D-130" parent="1" style="text;html=1;whiteSpace=wrap;strokeColor=none;fillColor=none;align=center;verticalAlign=middle;rounded=0;fontStyle=1;fontSize=16;" value="图像数据增强处理" vertex="1">
          <mxGeometry height="30" width="170" x="-1279.5" y="295" as="geometry" />
        </mxCell>
      </root>
    </mxGraphModel>
  </diagram>
</mxfile>
